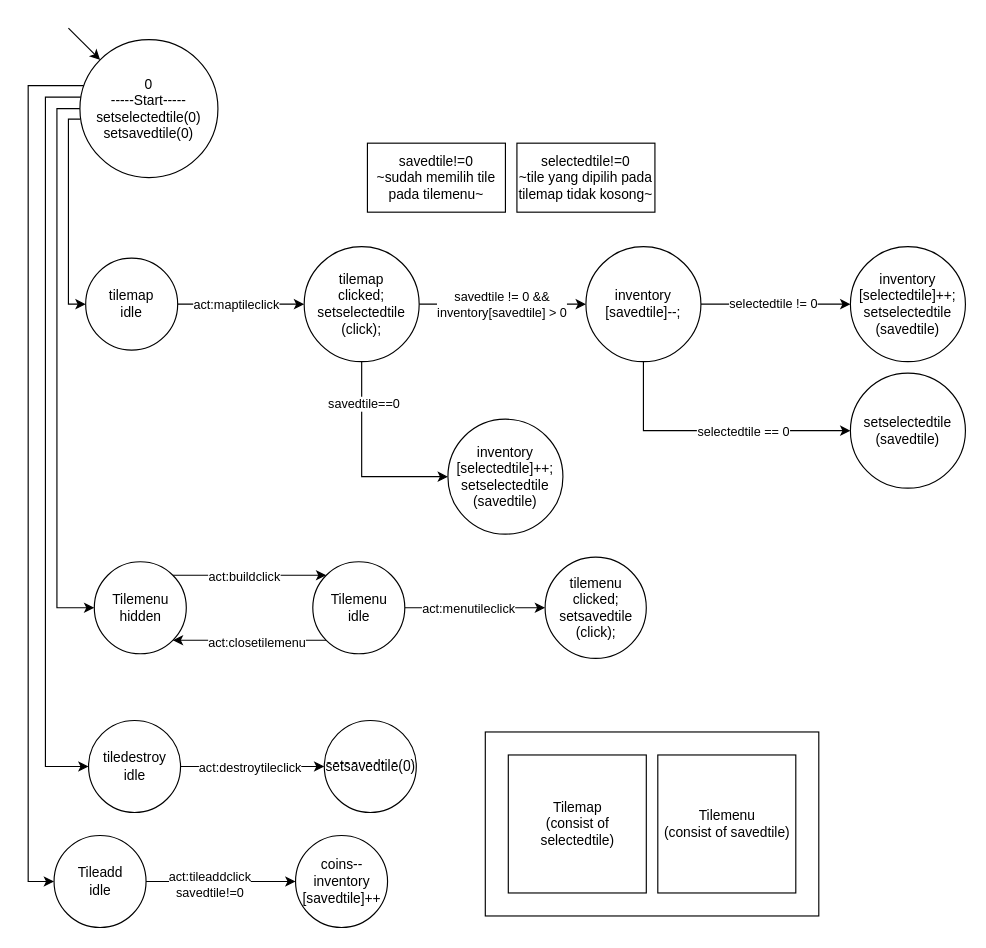
Above: SurgaKulinerfsm.drawio in Trelel129/asset (draw.io), before the change. Source tidied: cells renumbered, new cells numbered last; positions are measured from the earlier drawing's top-left corner, leaving out a move shared by most shapes. Both pictures are drawn from the tidied source at 115%, with x=0, y=0 at pixel (28, 28).
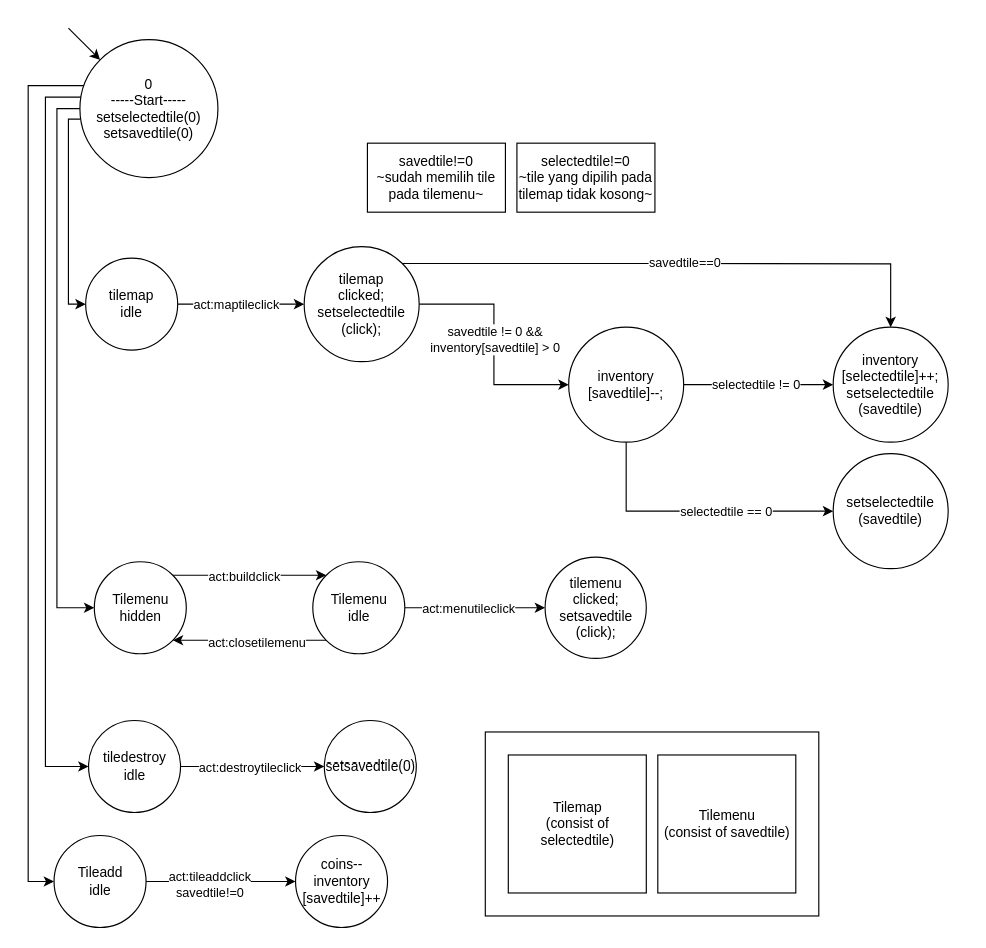
Above is the later version.

Unchanged cells that the change refers to:
```xml
<mxCell id="10" style="edgeStyle=orthogonalEdgeStyle;rounded=0;jettySize=auto;html=1;exitX=1;exitY=0.5;exitDx=0;exitDy=0;" parent="1" edge="1" source="14" target="22">
  <mxGeometry relative="1" as="geometry" />
</mxCell>
<mxCell id="14" value="tilemap&lt;br&gt;clicked;&lt;br&gt;setselectedtile&lt;br&gt;(click);" style="ellipse;whiteSpace=wrap;html=1;" parent="1" vertex="1">
  <mxGeometry x="240" y="190" width="100" height="100" as="geometry" />
</mxCell>
```

Change to the diagram source:
```diff
@@
     <mxCell id="11" value="savedtile != 0 &amp;amp;&amp;amp;&lt;br&gt;inventory[savedtile] &amp;gt; 0" style="edgeLabel;html=1;align=center;verticalAlign=middle;" parent="10" vertex="1">
       <mxGeometry x="-0.14" y="-1" relative="1" as="geometry">
-        <mxPoint x="9" y="-1" as="offset" />
+        <mxPoint x="1" y="9" as="offset" />
       </mxGeometry>
     </mxCell>
-    <mxCell id="12" style="edgeStyle=orthogonalEdgeStyle;rounded=0;jettySize=auto;html=1;" parent="1" edge="1" source="14" target="45">
+    <mxCell id="12" style="edgeStyle=orthogonalEdgeStyle;rounded=0;jettySize=auto;html=1;exitX=1;exitY=0;exitDx=0;exitDy=0;entryX=0.5;entryY=0;entryDx=0;entryDy=0;" parent="1" edge="1" source="14" target="35">
       <mxGeometry relative="1" as="geometry">
         <Array as="points">
-          <mxPoint x="290" y="390" />
+          <mxPoint x="560" y="205" />
+          <mxPoint x="750" y="205" />
         </Array>
       </mxGeometry>
     </mxCell>
     <mxCell id="13" value="savedtile==0" style="edgeLabel;html=1;align=center;verticalAlign=middle;" parent="12" vertex="1">
-      <mxGeometry x="-0.59" y="1" relative="1" as="geometry" />
+      <mxGeometry x="-0.59" y="1" relative="1" as="geometry">
+        <mxPoint x="147" as="offset" />
+      </mxGeometry>
     </mxCell>
@@
     <mxCell id="20" style="edgeStyle=orthogonalEdgeStyle;rounded=0;jettySize=auto;html=1;entryX=0;entryY=0.5;entryDx=0;entryDy=0;" parent="1" edge="1" source="22" target="36">
       <mxGeometry relative="1" as="geometry">
         <Array as="points">
-          <mxPoint x="535" y="350" />
+          <mxPoint x="520" y="420" />
         </Array>
       </mxGeometry>
     </mxCell>
@@
     <mxCell id="22" value="&lt;div&gt;inventory&lt;br&gt;[savedtile]--;&lt;/div&gt;" style="ellipse;whiteSpace=wrap;html=1;" parent="1" vertex="1">
-      <mxGeometry x="485" y="190" width="100" height="100" as="geometry" />
+      <mxGeometry x="470" y="260" width="100" height="100" as="geometry" />
     </mxCell>
@@
     <mxCell id="35" value="&lt;div&gt;&lt;div&gt;inventory&lt;/div&gt;&lt;div&gt;[selectedtile]++;&lt;br&gt;setselectedtile&lt;br&gt;(savedtile)&lt;br&gt;&lt;/div&gt;&lt;/div&gt;" style="ellipse;whiteSpace=wrap;html=1;" parent="1" vertex="1">
-      <mxGeometry x="715" y="190" width="100" height="100" as="geometry" />
+      <mxGeometry x="700" y="260" width="100" height="100" as="geometry" />
     </mxCell>
     <mxCell id="36" value="&lt;div&gt;&lt;div&gt;&lt;span style=&quot;background-color: initial;&quot;&gt;setselectedtile&lt;/span&gt;&lt;br&gt;&lt;/div&gt;&lt;div&gt;(savedtile)&lt;br&gt;&lt;/div&gt;&lt;/div&gt;" style="ellipse;whiteSpace=wrap;html=1;" parent="1" vertex="1">
-      <mxGeometry x="715" y="300" width="100" height="100" as="geometry" />
+      <mxGeometry x="700" y="370" width="100" height="100" as="geometry" />
     </mxCell>
@@
-    <mxCell id="45" value="&lt;div&gt;inventory&lt;/div&gt;&lt;div&gt;[selectedtile]++;&lt;br&gt;setselectedtile&lt;br&gt;(savedtile)&lt;/div&gt;" style="ellipse;whiteSpace=wrap;html=1;" parent="1" vertex="1">
-      <mxGeometry x="365" y="340" width="100" height="100" as="geometry" />
-    </mxCell>
```
